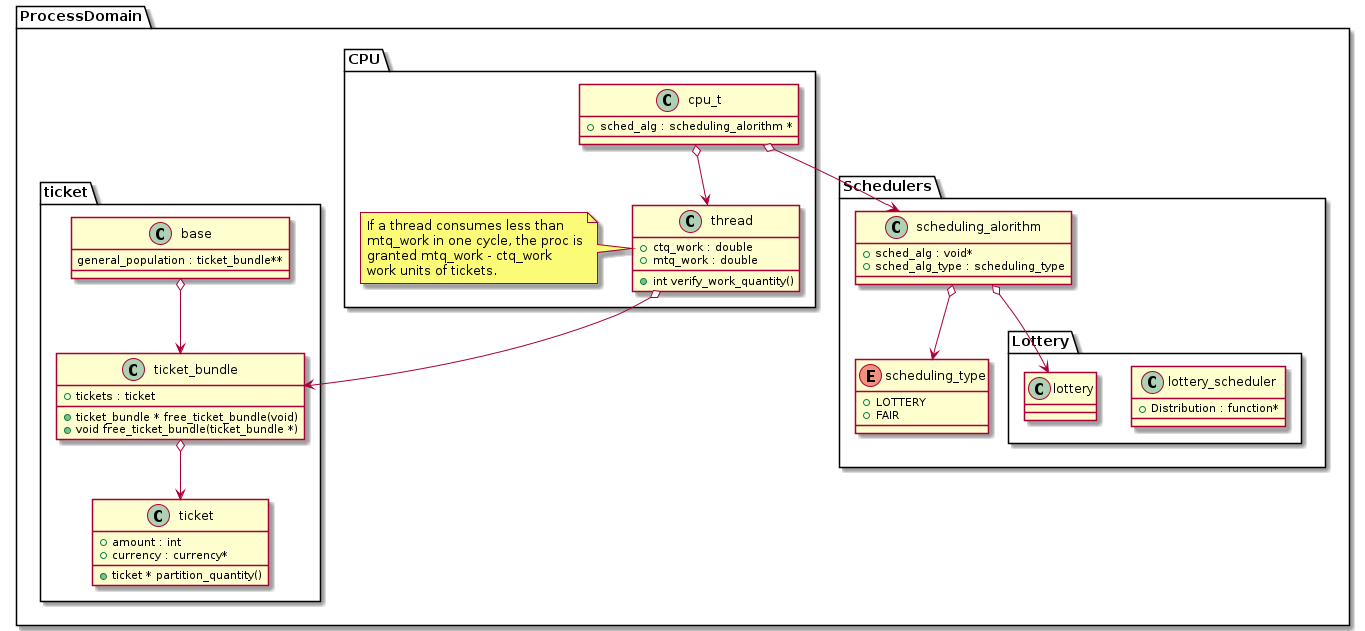
millipedes/Scheduling-Simulator keeps this PlantUML diagram as documentation/uml_figure.png. Above is the earlier version.
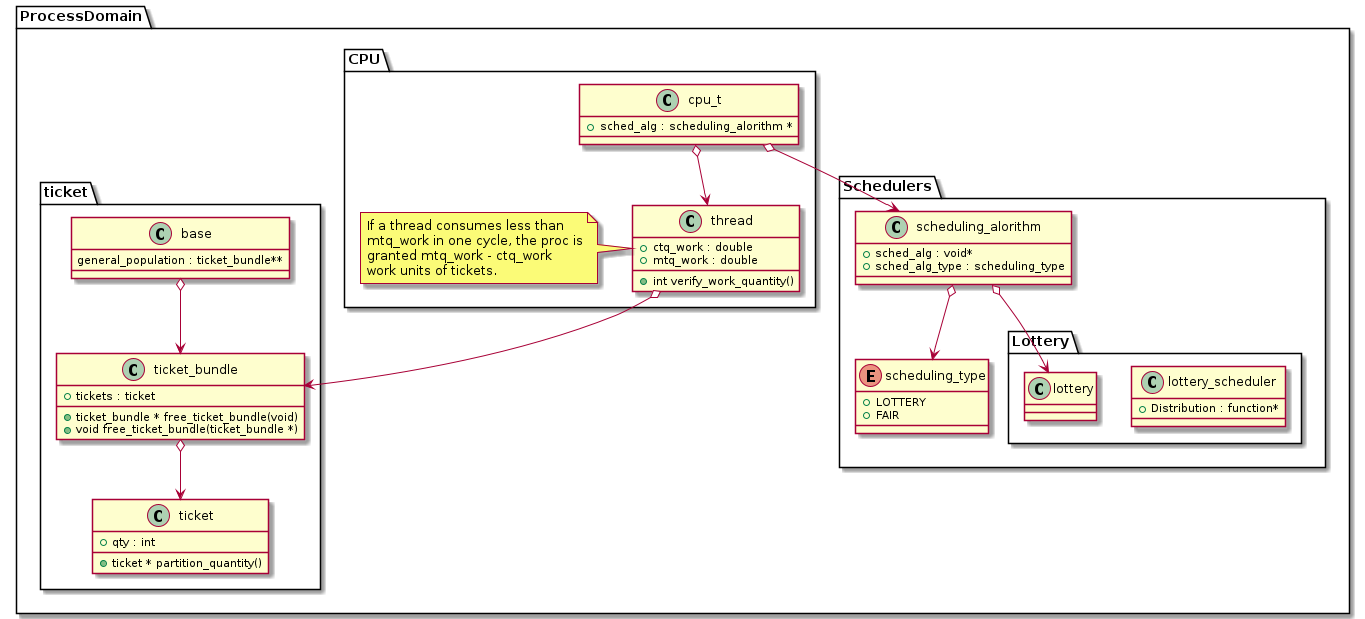
The same file after the commit.

What changed in the source:
```diff
@@ -40,8 +40,7 @@
       {method} + void free_ticket_bundle(ticket_bundle *)
     }
     class ticket {
-       {field} + amount : int
-       {field} + currency : currency*
+       {field} + qty : int
       {method} + ticket * partition_quantity()
     }
 
```
